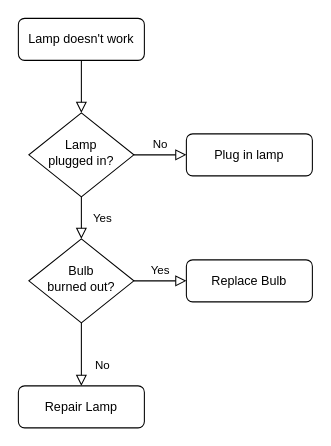
The draw.io diagram lifegame.drawio in JulianMacaulay/the-C-game, before the edit. Source tidied: cells renumbered, new cells numbered last; positions are measured from the earlier drawing's top-left corner, leaving out a move shared by most shapes. Both pictures are drawn from the tidied source at 105%, with x=0, y=0 at pixel (18, 18).
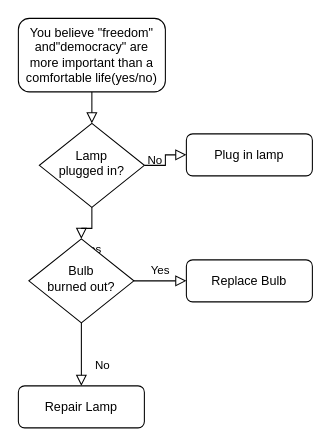
Above is the later version.

Change to the diagram source:
```diff
@@
 <mxGraphModel>
   <root>
     <mxCell id="0" />
     <mxCell id="1" parent="0" />
     <mxCell id="2" style="rounded=0;html=1;jettySize=auto;fontSize=11;endArrow=block;endFill=0;endSize=8;strokeWidth=1;shadow=0;labelBackgroundColor=none;edgeStyle=orthogonalEdgeStyle;" parent="1" edge="1" source="3" target="6">
       <mxGeometry relative="1" as="geometry" />
     </mxCell>
-    <mxCell id="3" value="Lamp doesn't work" style="rounded=1;whiteSpace=wrap;html=1;fontSize=12;glass=0;strokeWidth=1;shadow=0;" parent="1" vertex="1">
-      <mxGeometry width="120" height="40" as="geometry" />
+    <mxCell id="3" value="You believe &quot;freedom&quot; and&quot;democracy&quot; are more important than a comfortable life(yes/no)" style="rounded=1;whiteSpace=wrap;html=1;fontSize=12;glass=0;strokeWidth=1;shadow=0;" parent="1" vertex="1">
+      <mxGeometry width="140" height="70" as="geometry" />
     </mxCell>
     <mxCell id="4" value="Yes" style="rounded=0;html=1;jettySize=auto;fontSize=11;endArrow=block;endFill=0;endSize=8;strokeWidth=1;shadow=0;labelBackgroundColor=none;edgeStyle=orthogonalEdgeStyle;" parent="1" edge="1" source="6" target="10">
       <mxGeometry y="20" relative="1" as="geometry" />
     </mxCell>
     <mxCell id="5" value="No" style="edgeStyle=orthogonalEdgeStyle;rounded=0;html=1;jettySize=auto;fontSize=11;endArrow=block;endFill=0;endSize=8;strokeWidth=1;shadow=0;labelBackgroundColor=none;" parent="1" edge="1" source="6" target="7">
       <mxGeometry y="10" relative="1" as="geometry" />
     </mxCell>
     <mxCell id="6" value="Lamp&lt;br&gt;plugged in?" style="rhombus;whiteSpace=wrap;html=1;shadow=0;fontFamily=Helvetica;fontSize=12;align=center;strokeWidth=1;spacing=6;spacingTop=-4;" parent="1" vertex="1">
-      <mxGeometry x="10" y="90" width="100" height="80" as="geometry" />
+      <mxGeometry x="20" y="100" width="100" height="80" as="geometry" />
     </mxCell>
     <mxCell id="7" value="Plug in lamp" style="rounded=1;whiteSpace=wrap;html=1;fontSize=12;glass=0;strokeWidth=1;shadow=0;" parent="1" vertex="1">
       <mxGeometry x="160" y="110" width="120" height="40" as="geometry" />
     </mxCell>
     <mxCell id="8" value="No" style="rounded=0;html=1;jettySize=auto;fontSize=11;endArrow=block;endFill=0;endSize=8;strokeWidth=1;shadow=0;labelBackgroundColor=none;edgeStyle=orthogonalEdgeStyle;" parent="1" edge="1" source="10" target="11">
       <mxGeometry x="0.33" y="20" relative="1" as="geometry" />
     </mxCell>
     <mxCell id="9" value="Yes" style="edgeStyle=orthogonalEdgeStyle;rounded=0;html=1;jettySize=auto;fontSize=11;endArrow=block;endFill=0;endSize=8;strokeWidth=1;shadow=0;labelBackgroundColor=none;" parent="1" edge="1" source="10" target="12">
       <mxGeometry y="10" relative="1" as="geometry" />
     </mxCell>
     <mxCell id="10" value="Bulb&lt;br&gt;burned out?" style="rhombus;whiteSpace=wrap;html=1;shadow=0;fontFamily=Helvetica;fontSize=12;align=center;strokeWidth=1;spacing=6;spacingTop=-4;" parent="1" vertex="1">
       <mxGeometry x="10" y="210" width="100" height="80" as="geometry" />
     </mxCell>
     <mxCell id="11" value="Repair Lamp" style="rounded=1;whiteSpace=wrap;html=1;fontSize=12;glass=0;strokeWidth=1;shadow=0;" parent="1" vertex="1">
       <mxGeometry y="350" width="120" height="40" as="geometry" />
     </mxCell>
     <mxCell id="12" value="Replace Bulb" style="rounded=1;whiteSpace=wrap;html=1;fontSize=12;glass=0;strokeWidth=1;shadow=0;" parent="1" vertex="1">
       <mxGeometry x="160" y="230" width="120" height="40" as="geometry" />
     </mxCell>
   </root>
 </mxGraphModel>
```
